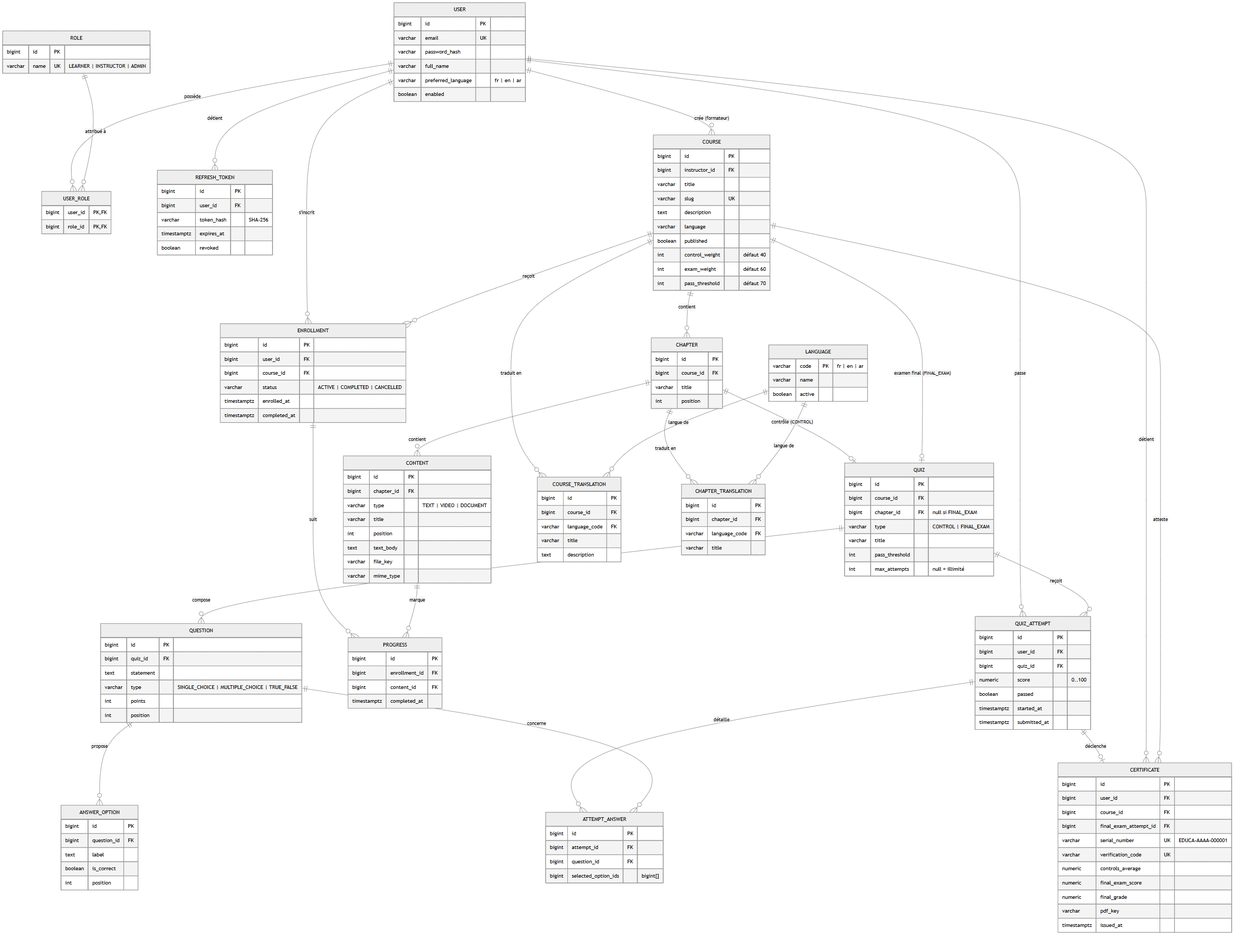
This is docs/assets/mcd.png from Mariam955-creat/Educa, a Mermaid export, as it was before one commit. Its source is kept beside it as docs/assets/mcd.mmd.
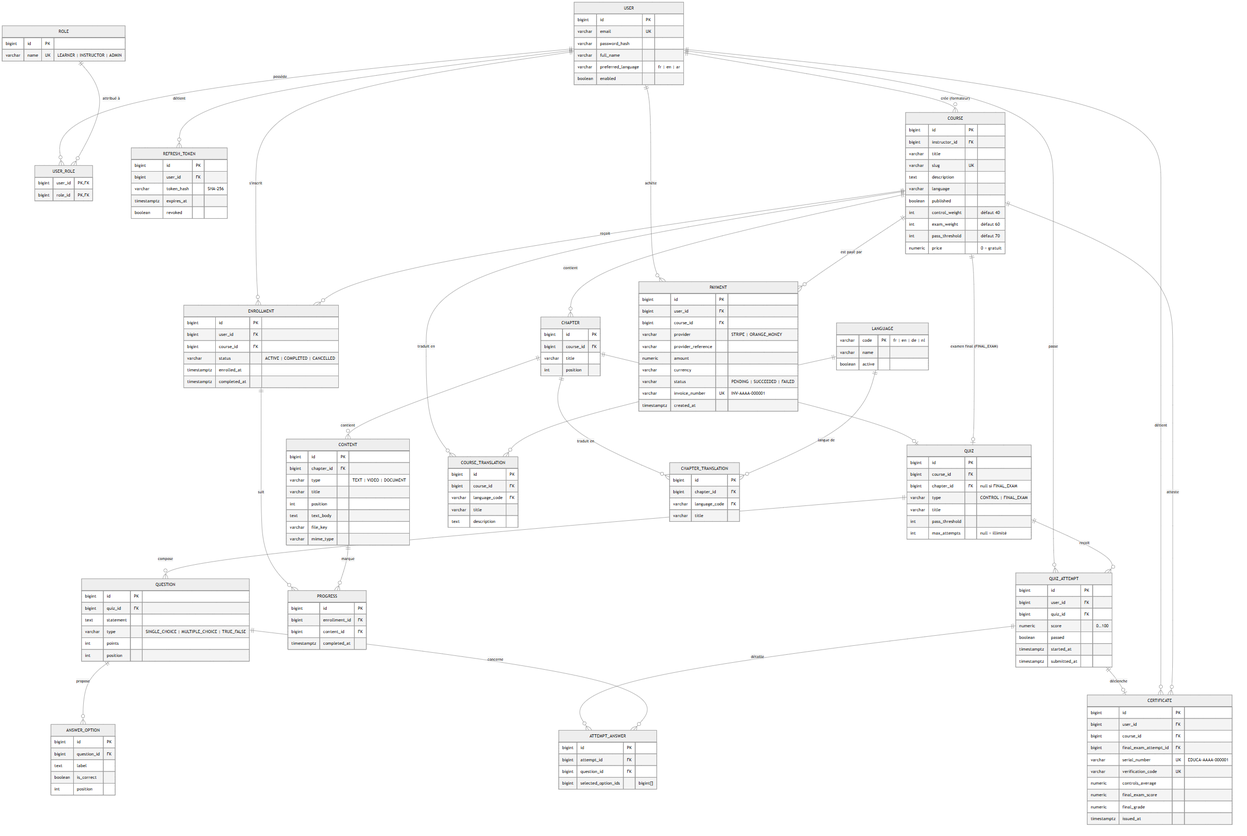
The same diagram one commit later.

What changed in the source:
```diff
@@ -34,6 +34,7 @@
         int      control_weight "défaut 40"
         int      exam_weight "défaut 60"
         int      pass_threshold "défaut 70"
+        numeric  price "0 = gratuit"
     }
     CHAPTER {
         bigint id PK
@@ -114,11 +115,10 @@
         numeric  controls_average
         numeric  final_exam_score
         numeric  final_grade
-        varchar  pdf_key
         timestamptz issued_at
     }
     LANGUAGE {
-        varchar code PK "fr | en | ar"
+        varchar code PK "fr | en | de | nl"
         varchar name
         boolean active
     }
@@ -134,6 +134,18 @@
         bigint  chapter_id FK
         varchar language_code FK
         varchar title
+    }
+    PAYMENT {
+        bigint   id PK
+        bigint   user_id FK
+        bigint   course_id FK
+        varchar  provider "STRIPE | ORANGE_MONEY"
+        varchar  provider_reference
+        numeric  amount
+        varchar  currency
+        varchar  status "PENDING | SUCCEEDED | FAILED"
+        varchar  invoice_number UK "INV-AAAA-000001"
+        timestamptz created_at
     }
 
     USER      ||--o{ USER_ROLE      : "possède"
@@ -161,3 +173,5 @@
     LANGUAGE  ||--o{ COURSE_TRANSLATION  : "langue de"
     CHAPTER   ||--o{ CHAPTER_TRANSLATION : "traduit en"
     LANGUAGE  ||--o{ CHAPTER_TRANSLATION : "langue de"
+    USER      ||--o{ PAYMENT        : "achète"
+    COURSE    ||--o{ PAYMENT        : "est payé par"
```
